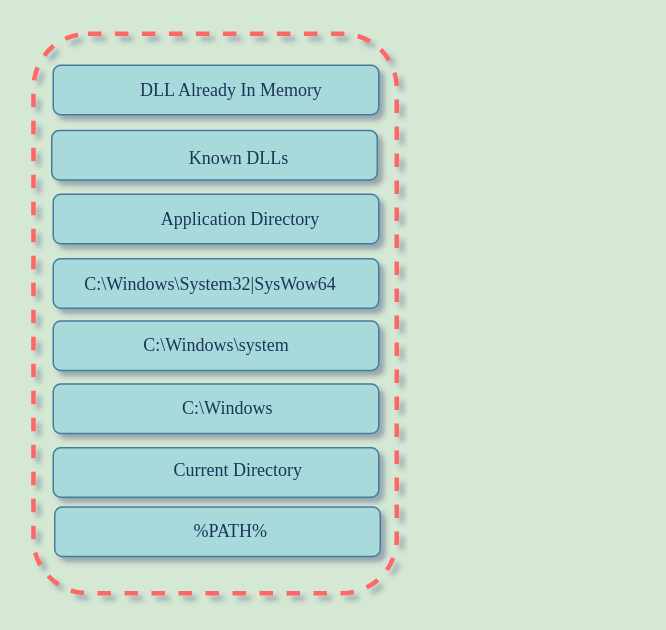
Earlier version of the draw.io diagram dll.drawio (raghavmishra/diagrams). Source tidied: cells renumbered, new cells numbered last; positions are measured from the earlier drawing's top-left corner, leaving out a move shared by most shapes. Both pictures are drawn from the tidied source at 150%, with x=0, y=0 at pixel (33, 33).
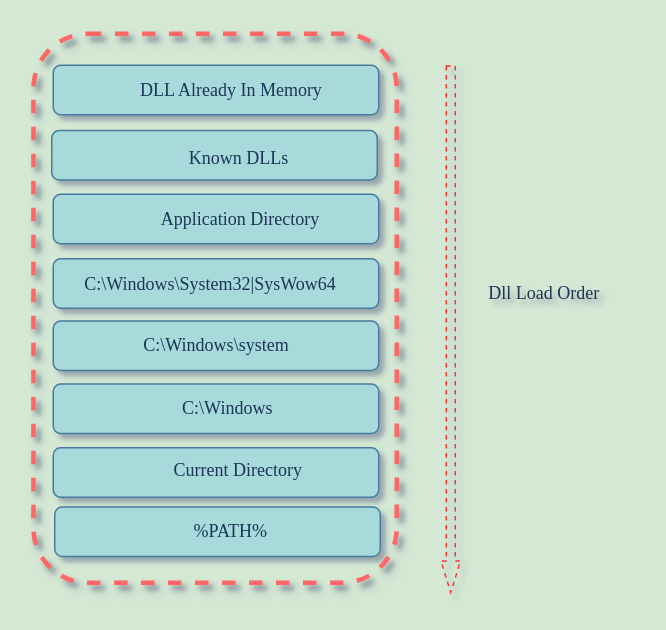
After the change.

Diff of the diagram source:
```diff
@@
-    <mxCell id="18" style="rounded=1;whiteSpace=wrap;html=1;strokeColor=#FF6666;fontColor=#1D3557;fillColor=none;dashed=1;strokeWidth=3;fontFamily=Verdana;textShadow=1;labelBackgroundColor=default;labelBorderColor=default;" parent="1" vertex="1">
-      <mxGeometry x="-0.2" width="242.2" height="373" as="geometry" />
+    <mxCell id="18" style="rounded=1;whiteSpace=wrap;html=1;strokeColor=#FF6666;fontColor=#1D3557;fillColor=none;dashed=1;strokeWidth=3;fontFamily=Verdana;textShadow=1;labelBackgroundColor=default;labelBorderColor=default;glass=1;shadow=1;" parent="1" vertex="1">
+      <mxGeometry x="-0.2" width="242.2" height="366" as="geometry" />
     </mxCell>
+    <mxCell id="19" style="shape=flexArrow;endArrow=classic;html=1;rounded=0;strokeColor=#FF3333;fontColor=#1D3557;fillColor=none;width=6;endSize=6.67;endWidth=6;dashed=1;strokeWidth=1;" parent="1" edge="1">
+      <mxGeometry relative="1" as="geometry">
+        <mxPoint x="278" y="21" as="sourcePoint" />
+        <mxPoint x="278" y="373" as="targetPoint" />
+      </mxGeometry>
+    </mxCell>
+    <mxCell id="20" value="&lt;font face=&quot;Garamond&quot;&gt;Dll Load Order&lt;/font&gt;" style="text;html=1;align=center;verticalAlign=middle;whiteSpace=wrap;rounded=1;fontColor=#1D3557;glass=1;shadow=1;" parent="1" vertex="1">
+      <mxGeometry x="289" y="158" width="103" height="30" as="geometry" />
+    </mxCell>
```
